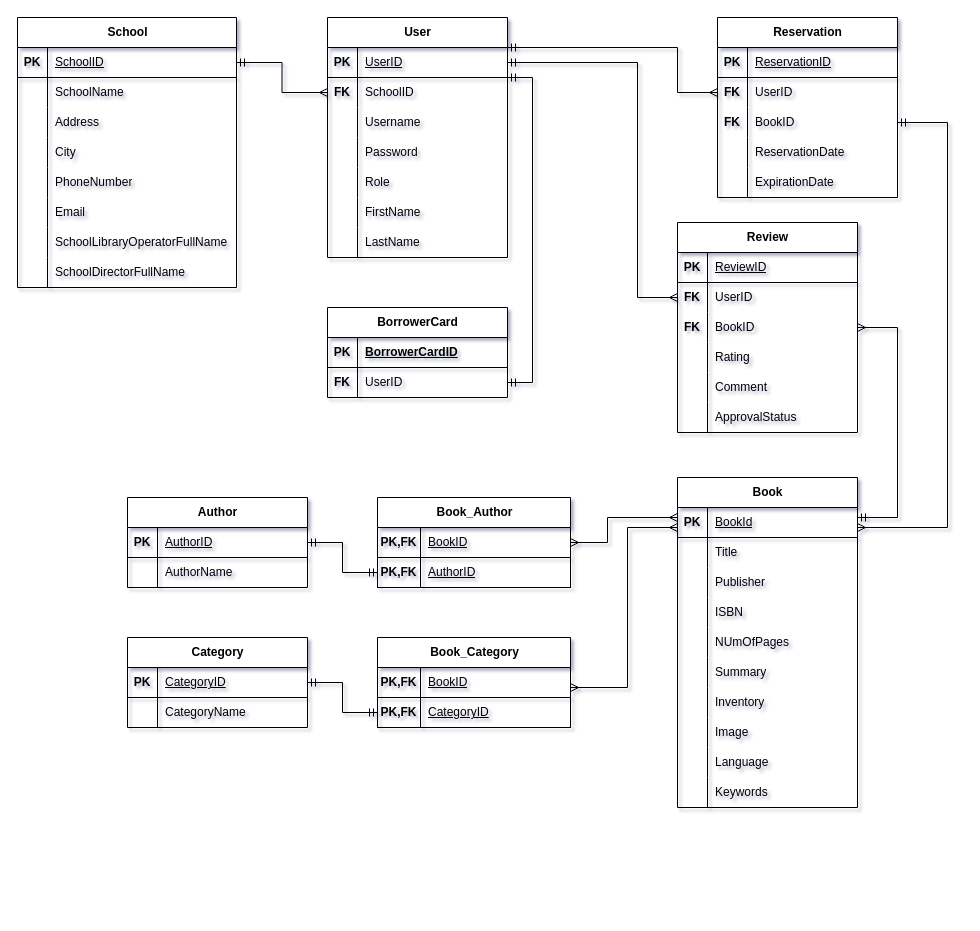
Before: Untitled Diagram.drawio in ntua-el19877/Databases, a draw.io diagram. Source tidied: cells renumbered, new cells numbered last; positions are measured from the earlier drawing's top-left corner, leaving out a move shared by most shapes. Both pictures are drawn from the tidied source at 100%, with x=0, y=0 at pixel (17, 17).
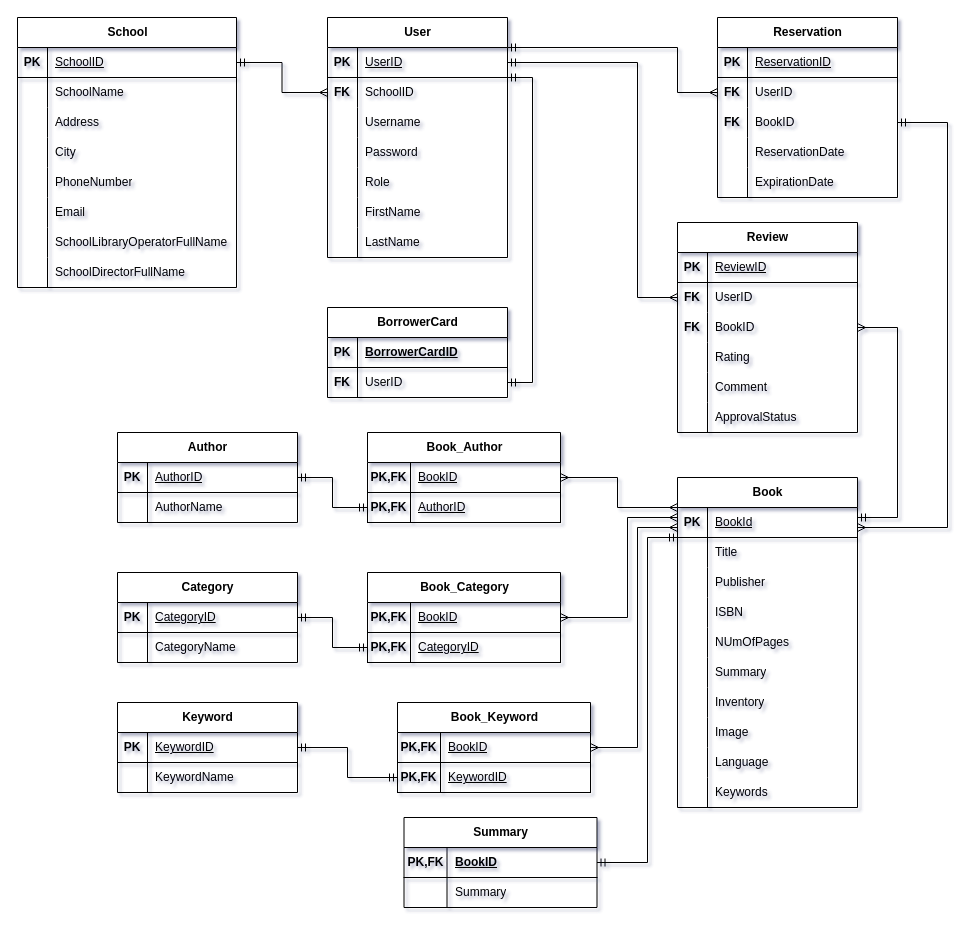
Above is the later version.

The change refers to these unchanged cells:
```xml
<mxCell id="29" style="shape=tableRow;horizontal=0;startSize=0;swimlaneHead=0;swimlaneBody=0;fillColor=none;points=[[0,0.5],[1,0.5]];portConstraint=eastwest;top=0;left=0;right=0;bottom=1;" parent="28" vertex="1">
  <mxGeometry y="30" width="180" height="30" as="geometry" />
</mxCell>
<mxCell id="110" style="shape=tableRow;horizontal=0;startSize=0;swimlaneHead=0;swimlaneBody=0;fillColor=none;points=[[0,0.5],[1,0.5]];portConstraint=eastwest;top=0;left=0;right=0;bottom=1;" parent="109" vertex="1">
  <mxGeometry y="30" width="193" height="30" as="geometry" />
</mxCell>
<mxCell id="125" style="shape=tableRow;horizontal=0;startSize=0;swimlaneHead=0;swimlaneBody=0;fillColor=none;points=[[0,0.5],[1,0.5]];portConstraint=eastwest;top=0;left=0;right=0;bottom=1;" parent="124" vertex="1">
  <mxGeometry y="30" width="193" height="30" as="geometry" />
</mxCell>
```

What changed in the source:
```diff
@@
     <mxCell id="27" style="edgeStyle=orthogonalEdgeStyle;rounded=0;jettySize=auto;html=1;endArrow=ERmany;endFill=0;startArrow=ERmany;startFill=0;" parent="1" edge="1" source="29" target="125">
       <mxGeometry relative="1" as="geometry">
         <Array as="points">
-          <mxPoint x="610" y="510" />
-          <mxPoint x="610" y="670" />
+          <mxPoint x="610" y="500" />
+          <mxPoint x="610" y="600" />
         </Array>
       </mxGeometry>
     </mxCell>
@@
     <mxCell id="100" value="Author" style="shape=table;startSize=30;childLayout=tableLayout;rowLines=0;fontStyle=1;align=center;html=1;" parent="1" vertex="1">
-      <mxGeometry x="110" y="480" width="180" height="90" as="geometry" />
+      <mxGeometry x="100" y="415" width="180" height="90" as="geometry" />
     </mxCell>
@@
     <mxCell id="108" style="edgeStyle=orthogonalEdgeStyle;rounded=0;jettySize=auto;html=1;endArrow=ERmany;endFill=0;startArrow=ERmany;startFill=0;" parent="1" edge="1" source="110" target="29">
       <mxGeometry relative="1" as="geometry">
         <Array as="points">
-          <mxPoint x="590" y="525" />
-          <mxPoint x="590" y="500" />
+          <mxPoint x="600" y="460" />
+          <mxPoint x="600" y="490" />
         </Array>
       </mxGeometry>
     </mxCell>
     <mxCell id="109" value="Book_Author" style="shape=table;startSize=30;childLayout=tableLayout;rowLines=0;fontStyle=1;align=center;html=1;strokeWidth=1;" parent="1" vertex="1">
-      <mxGeometry x="360" y="480" width="193" height="90" as="geometry" />
+      <mxGeometry x="350" y="415" width="193" height="90" as="geometry" />
     </mxCell>
@@
     <mxCell id="116" value="Category" style="shape=table;startSize=30;childLayout=tableLayout;rowLines=0;fontStyle=1;align=center;html=1;" parent="1" vertex="1">
-      <mxGeometry x="110" y="620" width="180" height="90" as="geometry" />
+      <mxGeometry x="100" y="555" width="180" height="90" as="geometry" />
     </mxCell>
@@
     <mxCell id="124" value="Book_Category" style="shape=table;startSize=30;childLayout=tableLayout;rowLines=0;fontStyle=1;align=center;html=1;strokeWidth=1;" parent="1" vertex="1">
-      <mxGeometry x="360" y="620" width="193" height="90" as="geometry" />
+      <mxGeometry x="350" y="555" width="193" height="90" as="geometry" />
     </mxCell>
@@
+    <mxCell id="160" value="Keyword" style="shape=table;startSize=30;childLayout=tableLayout;rowLines=0;fontStyle=1;align=center;html=1;" parent="1" vertex="1">
+      <mxGeometry x="100" y="685" width="180" height="90" as="geometry" />
+    </mxCell>
+    <mxCell id="161" style="shape=tableRow;horizontal=0;startSize=0;swimlaneHead=0;swimlaneBody=0;fillColor=none;points=[[0,0.5],[1,0.5]];portConstraint=eastwest;top=0;left=0;right=0;bottom=1;" parent="160" vertex="1">
+      <mxGeometry y="30" width="180" height="30" as="geometry" />
+    </mxCell>
+    <mxCell id="162" value="PK" style="shape=partialRectangle;fillColor=none;top=0;left=0;bottom=0;right=0;fontStyle=1;overflow=hidden;whiteSpace=wrap;html=1;" parent="161" vertex="1">
+      <mxGeometry width="30" height="30" as="geometry" />
+    </mxCell>
+    <mxCell id="163" value="&lt;span style=&quot;font-weight: normal;&quot;&gt;KeywordID&lt;/span&gt;" style="shape=partialRectangle;fillColor=none;top=0;left=0;bottom=0;right=0;align=left;spacingLeft=6;fontStyle=5;overflow=hidden;whiteSpace=wrap;html=1;" parent="161" vertex="1">
+      <mxGeometry x="30" width="150" height="30" as="geometry" />
+    </mxCell>
+    <mxCell id="164" style="shape=tableRow;horizontal=0;startSize=0;swimlaneHead=0;swimlaneBody=0;fillColor=none;top=0;left=0;right=0;bottom=0;" parent="160" vertex="1">
+      <mxGeometry y="60" width="180" height="30" as="geometry" />
+    </mxCell>
+    <mxCell id="165" style="shape=partialRectangle;fillColor=none;top=0;left=0;bottom=0;right=0;overflow=hidden;whiteSpace=wrap;html=1;" parent="164" vertex="1">
+      <mxGeometry width="30" height="30" as="geometry" />
+    </mxCell>
+    <mxCell id="166" value="KeywordName" style="shape=partialRectangle;fillColor=none;top=0;left=0;bottom=0;right=0;align=left;spacingLeft=6;overflow=hidden;whiteSpace=wrap;html=1;" parent="164" vertex="1">
+      <mxGeometry x="30" width="150" height="30" as="geometry" />
+    </mxCell>
+    <mxCell id="167" style="edgeStyle=orthogonalEdgeStyle;rounded=0;jettySize=auto;html=1;endArrow=ERmandOne;endFill=0;startArrow=ERmandOne;startFill=0;" parent="1" edge="1" source="172" target="161">
+      <mxGeometry relative="1" as="geometry" />
+    </mxCell>
+    <mxCell id="168" value="Book_Keyword" style="shape=table;startSize=30;childLayout=tableLayout;rowLines=0;fontStyle=1;align=center;html=1;strokeWidth=1;" parent="1" vertex="1">
+      <mxGeometry x="380" y="685" width="193" height="90" as="geometry" />
+    </mxCell>
+    <mxCell id="169" style="shape=tableRow;horizontal=0;startSize=0;swimlaneHead=0;swimlaneBody=0;fillColor=none;points=[[0,0.5],[1,0.5]];portConstraint=eastwest;top=0;left=0;right=0;bottom=1;" parent="168" vertex="1">
+      <mxGeometry y="30" width="193" height="30" as="geometry" />
+    </mxCell>
+    <mxCell id="170" value="PK,FK" style="shape=partialRectangle;fillColor=none;top=0;left=0;bottom=0;right=0;fontStyle=1;overflow=hidden;whiteSpace=wrap;html=1;" parent="169" vertex="1">
+      <mxGeometry width="43" height="30" as="geometry" />
+    </mxCell>
+    <mxCell id="171" value="&lt;span style=&quot;font-weight: normal;&quot;&gt;BookID&lt;/span&gt;" style="shape=partialRectangle;fillColor=none;top=0;left=0;bottom=0;right=0;align=left;spacingLeft=6;fontStyle=5;overflow=hidden;whiteSpace=wrap;html=1;" parent="169" vertex="1">
+      <mxGeometry x="43" width="150" height="30" as="geometry" />
+    </mxCell>
+    <mxCell id="172" style="shape=tableRow;horizontal=0;startSize=0;swimlaneHead=0;swimlaneBody=0;fillColor=none;points=[[0,0.5],[1,0.5]];portConstraint=eastwest;top=0;left=0;right=0;bottom=1;" parent="168" vertex="1">
+      <mxGeometry y="60" width="193" height="30" as="geometry" />
+    </mxCell>
+    <mxCell id="173" value="PK,FK" style="shape=partialRectangle;fillColor=none;top=0;left=0;bottom=0;right=0;fontStyle=1;overflow=hidden;whiteSpace=wrap;html=1;" parent="172" vertex="1">
+      <mxGeometry width="43" height="30" as="geometry" />
+    </mxCell>
+    <mxCell id="174" value="&lt;span style=&quot;font-weight: 400;&quot;&gt;KeywordID&lt;/span&gt;" style="shape=partialRectangle;fillColor=none;top=0;left=0;bottom=0;right=0;align=left;spacingLeft=6;fontStyle=5;overflow=hidden;whiteSpace=wrap;html=1;" parent="172" vertex="1">
+      <mxGeometry x="43" width="150" height="30" as="geometry" />
+    </mxCell>
+    <mxCell id="175" style="edgeStyle=orthogonalEdgeStyle;rounded=0;jettySize=auto;html=1;endArrow=ERmany;endFill=0;startArrow=ERmany;startFill=0;entryX=1;entryY=0.5;entryDx=0;entryDy=0;exitX=0;exitY=0.667;exitDx=0;exitDy=0;exitPerimeter=0;" parent="1" edge="1" source="29" target="169">
+      <mxGeometry relative="1" as="geometry">
+        <Array as="points">
+          <mxPoint x="620" y="510" />
+          <mxPoint x="620" y="730" />
+        </Array>
+      </mxGeometry>
+    </mxCell>
+    <mxCell id="176" style="edgeStyle=orthogonalEdgeStyle;rounded=0;jettySize=auto;html=1;endArrow=ERmandOne;endFill=0;startArrow=ERmandOne;startFill=0;exitX=1;exitY=0.5;exitDx=0;exitDy=0;" parent="1" edge="1" source="178" target="29">
+      <mxGeometry relative="1" as="geometry">
+        <Array as="points">
+          <mxPoint x="630" y="845" />
+          <mxPoint x="630" y="520" />
+        </Array>
+      </mxGeometry>
+    </mxCell>
+    <mxCell id="177" value="Summary" style="shape=table;startSize=30;childLayout=tableLayout;rowLines=0;fontStyle=1;align=center;html=1;" parent="1" vertex="1">
+      <mxGeometry x="386.5" y="800" width="193" height="90" as="geometry" />
+    </mxCell>
+    <mxCell id="178" style="shape=tableRow;horizontal=0;startSize=0;swimlaneHead=0;swimlaneBody=0;fillColor=none;points=[[0,0.5],[1,0.5]];portConstraint=eastwest;top=0;left=0;right=0;bottom=1;" parent="177" vertex="1">
+      <mxGeometry y="30" width="193" height="30" as="geometry" />
+    </mxCell>
+    <mxCell id="179" value="&lt;b&gt;PK,FK&lt;/b&gt;" style="shape=partialRectangle;fillColor=none;top=0;left=0;bottom=0;right=0;fontStyle=1;overflow=hidden;whiteSpace=wrap;html=1;" parent="178" vertex="1">
+      <mxGeometry width="43" height="30" as="geometry" />
+    </mxCell>
+    <mxCell id="180" value="BookID" style="shape=partialRectangle;fillColor=none;top=0;left=0;bottom=0;right=0;align=left;spacingLeft=6;fontStyle=5;overflow=hidden;whiteSpace=wrap;html=1;" parent="178" vertex="1">
+      <mxGeometry x="43" width="150" height="30" as="geometry" />
+    </mxCell>
+    <mxCell id="181" style="shape=tableRow;horizontal=0;startSize=0;swimlaneHead=0;swimlaneBody=0;fillColor=none;top=0;left=0;right=0;bottom=0;" parent="177" vertex="1">
+      <mxGeometry y="60" width="193" height="30" as="geometry" />
+    </mxCell>
+    <mxCell id="182" style="shape=partialRectangle;fillColor=none;top=0;left=0;bottom=0;right=0;overflow=hidden;whiteSpace=wrap;html=1;" parent="181" vertex="1">
+      <mxGeometry width="43" height="30" as="geometry" />
+    </mxCell>
+    <mxCell id="183" value="Summary" style="shape=partialRectangle;fillColor=none;top=0;left=0;bottom=0;right=0;align=left;spacingLeft=6;overflow=hidden;whiteSpace=wrap;html=1;" parent="181" vertex="1">
+      <mxGeometry x="43" width="150" height="30" as="geometry" />
+    </mxCell>
```
